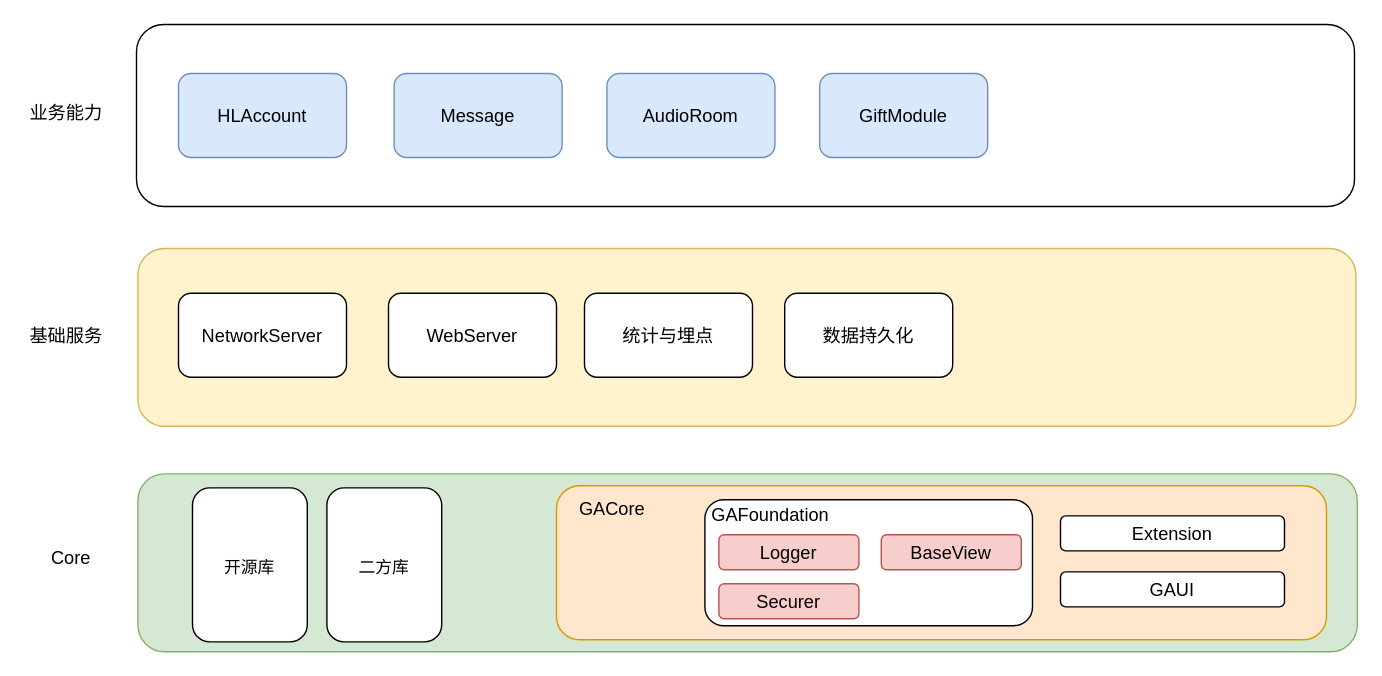
Above: diagrams/Hala.drawio in ygg29/UML (draw.io), before the change. Source tidied: cells renumbered, new cells numbered last; positions are measured from the earlier drawing's top-left corner, leaving out a move shared by most shapes. Both pictures are drawn from the tidied source at 140%, with x=0, y=0 at pixel (24, 24).
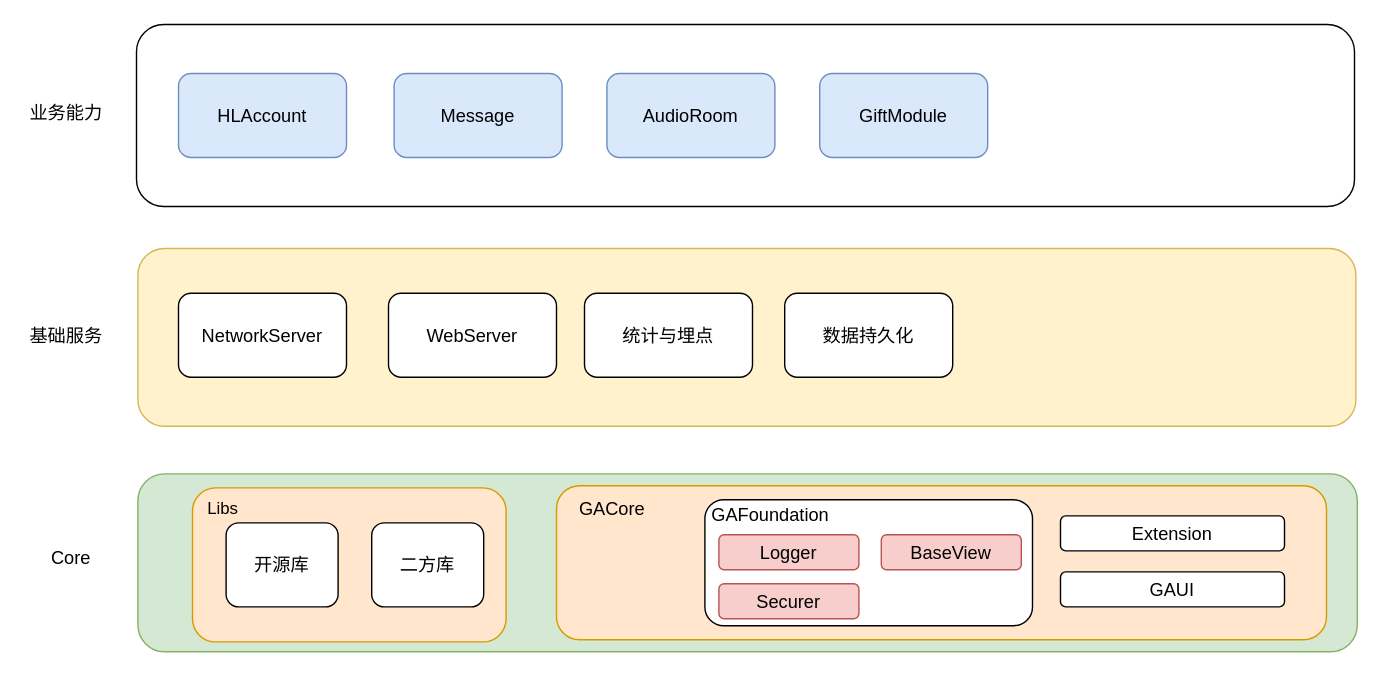
The same diagram, later.

Diff of the diagram source:
```diff
@@
     <mxCell id="3" style="group;" parent="1" vertex="1">
-      <mxGeometry x="120" y="331" width="82" height="110" as="geometry" />
+      <mxGeometry x="120" y="331" width="224" height="110" as="geometry" />
     </mxCell>
-    <mxCell id="4" value="&lt;span style=&quot;font-size: 12px&quot;&gt;开源库&lt;/span&gt;" style="rounded=1;whiteSpace=wrap;html=1;fontSize=16;" parent="3" vertex="1">
-      <mxGeometry width="82" height="110" as="geometry" />
+    <mxCell id="4" style="rounded=1;whiteSpace=wrap;html=1;fontSize=16;fillColor=#ffe6cc;strokeColor=#d79b00;" parent="3" vertex="1">
+      <mxGeometry width="224" height="110" as="geometry" />
     </mxCell>
+    <mxCell id="31" value="开源库" style="rounded=1;whiteSpace=wrap;html=1;fontSize=13;strokeColor=default;" parent="3" vertex="1">
+      <mxGeometry x="24" y="25" width="80" height="60" as="geometry" />
+    </mxCell>
+    <mxCell id="30" value="二方库" style="rounded=1;whiteSpace=wrap;html=1;fontSize=13;strokeColor=default;" parent="3" vertex="1">
+      <mxGeometry x="128" y="25" width="80" height="60" as="geometry" />
+    </mxCell>
+    <mxCell id="32" value="Libs" style="text;html=1;strokeColor=none;fillColor=none;align=center;verticalAlign=middle;whiteSpace=wrap;rounded=0;" parent="3" vertex="1">
+      <mxGeometry x="-8" width="60" height="30" as="geometry" />
+    </mxCell>
@@
-    <mxCell id="29" style="group;" parent="1" vertex="1">
-      <mxGeometry x="216" y="331" width="82" height="110" as="geometry" />
-    </mxCell>
-    <mxCell id="30" value="&lt;span style=&quot;font-size: 12px&quot;&gt;二方库&lt;/span&gt;" style="rounded=1;whiteSpace=wrap;html=1;fontSize=16;" parent="29" vertex="1">
-      <mxGeometry width="82" height="110" as="geometry" />
-    </mxCell>
```
